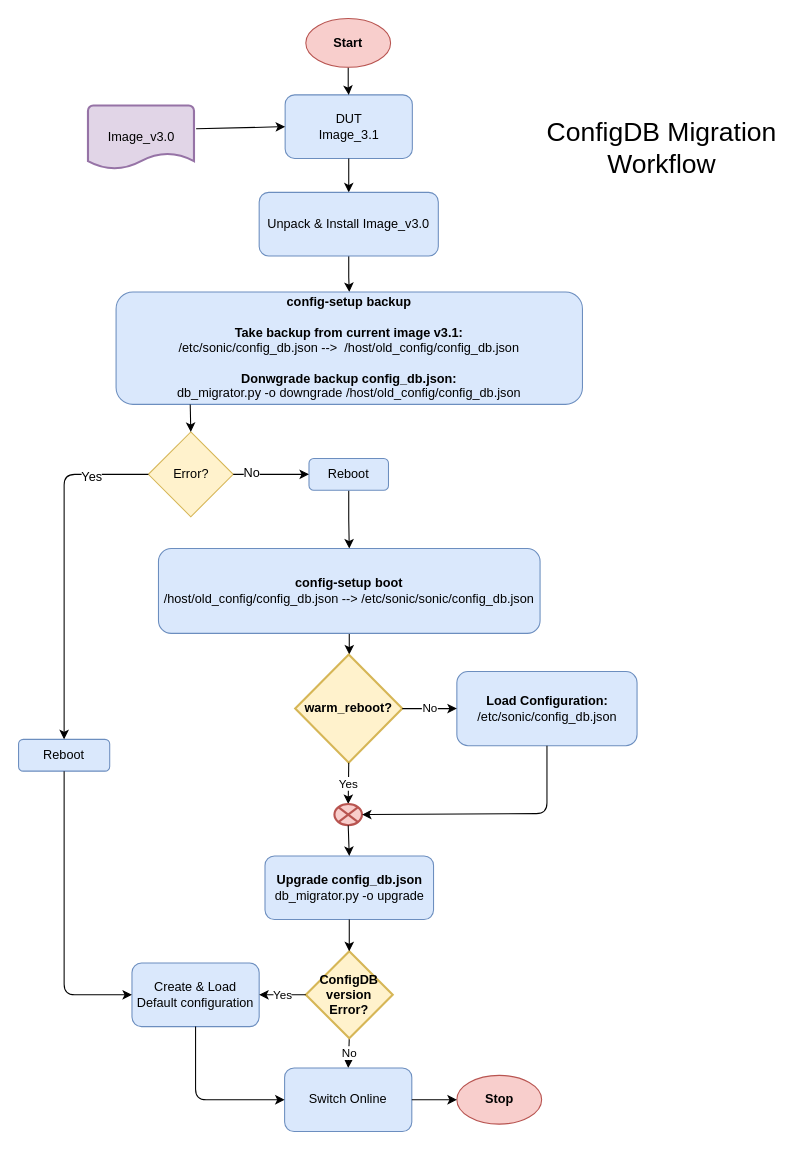
sg893052/sonic-buildimage keeps this draw.io diagram as manageability/images/ConfigDB_VersionMigration.drawio. Above is the earlier version. Source tidied: cells renumbered, new cells numbered last; positions are measured from the earlier drawing's top-left corner, leaving out a move shared by most shapes. Both pictures are drawn from the tidied source at 106%, with x=0, y=0 at pixel (18, 18).
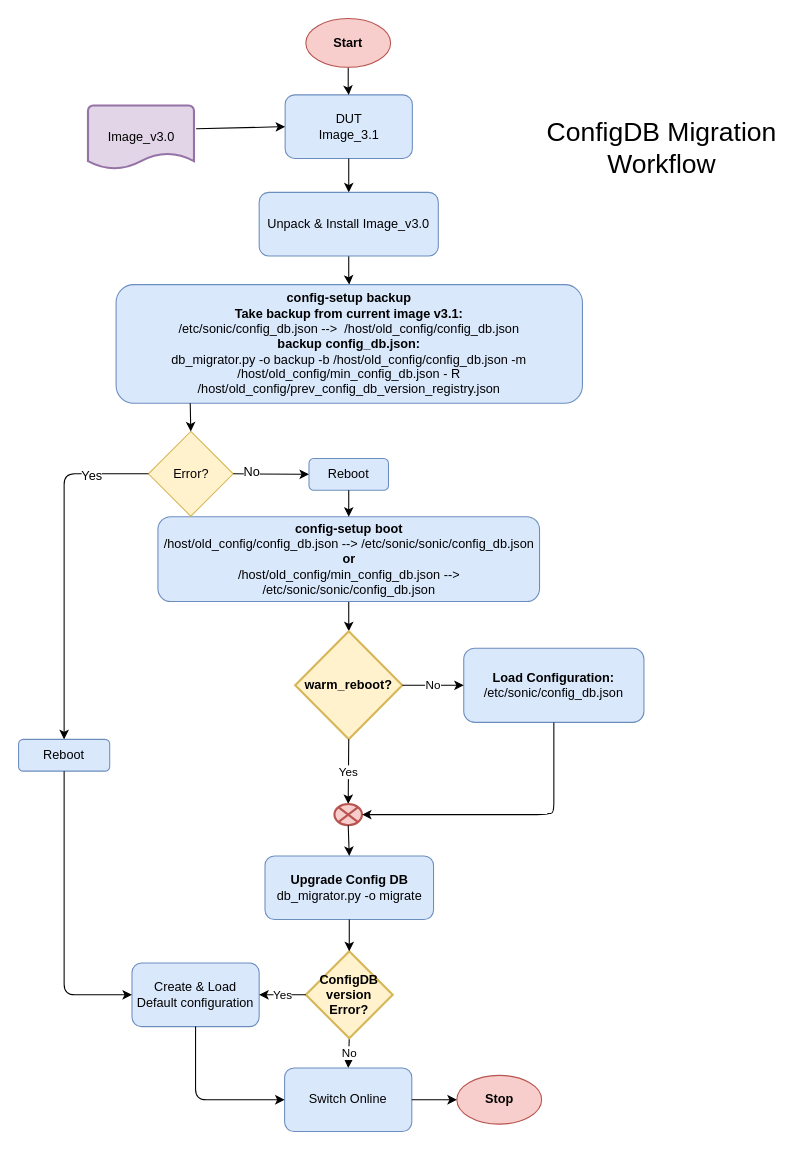
Above is the later version.

The change refers to these unchanged cells:
```xml
<mxCell id="10" value="Reboot" style="rounded=1;whiteSpace=wrap;html=1;fillColor=#dae8fc;strokeColor=#6c8ebf;" parent="1" vertex="1">
  <mxGeometry x="274" y="415" width="75" height="30" as="geometry" />
</mxCell>
```

The edit, as a diff of the source:
```diff
@@
-    <mxCell id="8" value="&lt;b&gt;config-setup backup&lt;br&gt;&lt;br&gt;Take backup from current image v3.1:&lt;br&gt;&lt;/b&gt;/etc/sonic/config_db.json --&amp;gt;&amp;nbsp;&amp;nbsp;/host/old_config/config_db.json&lt;br&gt;&lt;br&gt;&lt;b&gt;Donwgrade backup config_db.json:&lt;/b&gt;&lt;br&gt;db_migrator.py -o downgrade /host/old_config/config_db.json" style="rounded=1;whiteSpace=wrap;html=1;fillColor=#dae8fc;strokeColor=#6c8ebf;" parent="1" vertex="1">
-      <mxGeometry x="92" y="258" width="440" height="106" as="geometry" />
+    <mxCell id="8" value="&lt;b&gt;config-setup backup&lt;br&gt;Take backup from current image v3.1:&lt;br&gt;&lt;/b&gt;/etc/sonic/config_db.json --&amp;gt;&amp;nbsp;&amp;nbsp;/host/old_config/config_db.json&lt;br&gt;&lt;b&gt;backup config_db.json:&lt;/b&gt;&lt;br&gt;db_migrator.py -o backup -b /host/old_config/config_db.json -m /host/old_config/min_config_db.json - R /host/old_config/prev_config_db_version_registry.json" style="rounded=1;whiteSpace=wrap;html=1;fillColor=#dae8fc;strokeColor=#6c8ebf;" parent="1" vertex="1">
+      <mxGeometry x="92" y="251" width="440" height="112" as="geometry" />
     </mxCell>
-    <mxCell id="9" style="edgeStyle=orthogonalEdgeStyle;rounded=0;jettySize=auto;html=1;" parent="1" edge="1" source="10" target="12">
-      <mxGeometry relative="1" as="geometry" />
-    </mxCell>
@@
-    <mxCell id="12" value="&lt;b&gt;config-setup&amp;nbsp;boot&lt;/b&gt;&lt;br&gt;/host/old_config/config_db.json --&amp;gt; /etc/sonic/sonic/config_db.json" style="rounded=1;whiteSpace=wrap;html=1;fillColor=#dae8fc;strokeColor=#6c8ebf;" parent="1" vertex="1">
-      <mxGeometry x="132" y="500" width="360" height="80" as="geometry" />
+    <mxCell id="12" value="&lt;b&gt;config-setup&amp;nbsp;boot&lt;/b&gt;&lt;br&gt;/host/old_config/config_db.json --&amp;gt; /etc/sonic/sonic/config_db.json&lt;br&gt;&lt;b&gt;or&lt;/b&gt;&lt;br&gt;/host/old_config/min_config_db.json --&amp;gt; /etc/sonic/sonic/config_db.json" style="rounded=1;whiteSpace=wrap;html=1;fillColor=#dae8fc;strokeColor=#6c8ebf;" parent="1" vertex="1">
+      <mxGeometry x="131.5" y="470" width="360" height="80" as="geometry" />
     </mxCell>
     <mxCell id="13" value="&lt;b&gt;Load Configuration:&lt;/b&gt;&lt;br&gt;/etc/sonic/config_db.json" style="rounded=1;whiteSpace=wrap;html=1;fillColor=#dae8fc;strokeColor=#6c8ebf;" parent="1" vertex="1">
-      <mxGeometry x="413.5" y="616" width="170" height="70" as="geometry" />
+      <mxGeometry x="420" y="594" width="170" height="70" as="geometry" />
     </mxCell>
@@
     <mxCell id="17" value="&lt;b&gt;warm_reboot?&lt;/b&gt;" style="rhombus;whiteSpace=wrap;html=1;fillColor=#fff2cc;strokeColor=#d6b656;gradientColor=none;strokeWidth=2;" parent="1" vertex="1">
-      <mxGeometry x="261" y="600" width="101" height="102" as="geometry" />
+      <mxGeometry x="261" y="578" width="101" height="102" as="geometry" />
     </mxCell>
@@
-    <mxCell id="20" value="&lt;b&gt;Upgrade config_db.json&lt;/b&gt;&lt;br&gt;db_migrator.py -o upgrade&lt;br&gt;" style="rounded=1;whiteSpace=wrap;html=1;fillColor=#dae8fc;strokeColor=#6c8ebf;" parent="1" vertex="1">
+    <mxCell id="20" value="&lt;b&gt;Upgrade Config DB&lt;/b&gt;&lt;br&gt;db_migrator.py -o migrate" style="rounded=1;whiteSpace=wrap;html=1;fillColor=#dae8fc;strokeColor=#6c8ebf;" parent="1" vertex="1">
       <mxGeometry x="232.5" y="790" width="159" height="60" as="geometry" />
     </mxCell>
@@
     <mxCell id="33" value="Error?" style="rhombus;whiteSpace=wrap;html=1;fillColor=#fff2cc;strokeColor=#d6b656;" parent="1" vertex="1">
-      <mxGeometry x="122.5" y="390" width="80" height="80" as="geometry" />
+      <mxGeometry x="122.5" y="389.5" width="80" height="80" as="geometry" />
     </mxCell>
@@
+    <mxCell id="9" style="endArrow=classic;html=1;exitX=0.5;exitY=1;exitDx=0;exitDy=0;entryX=0.5;entryY=0;entryDx=0;entryDy=0;" parent="1" edge="1" source="10" target="12">
+      <mxGeometry relative="1" as="geometry" />
+    </mxCell>
```
